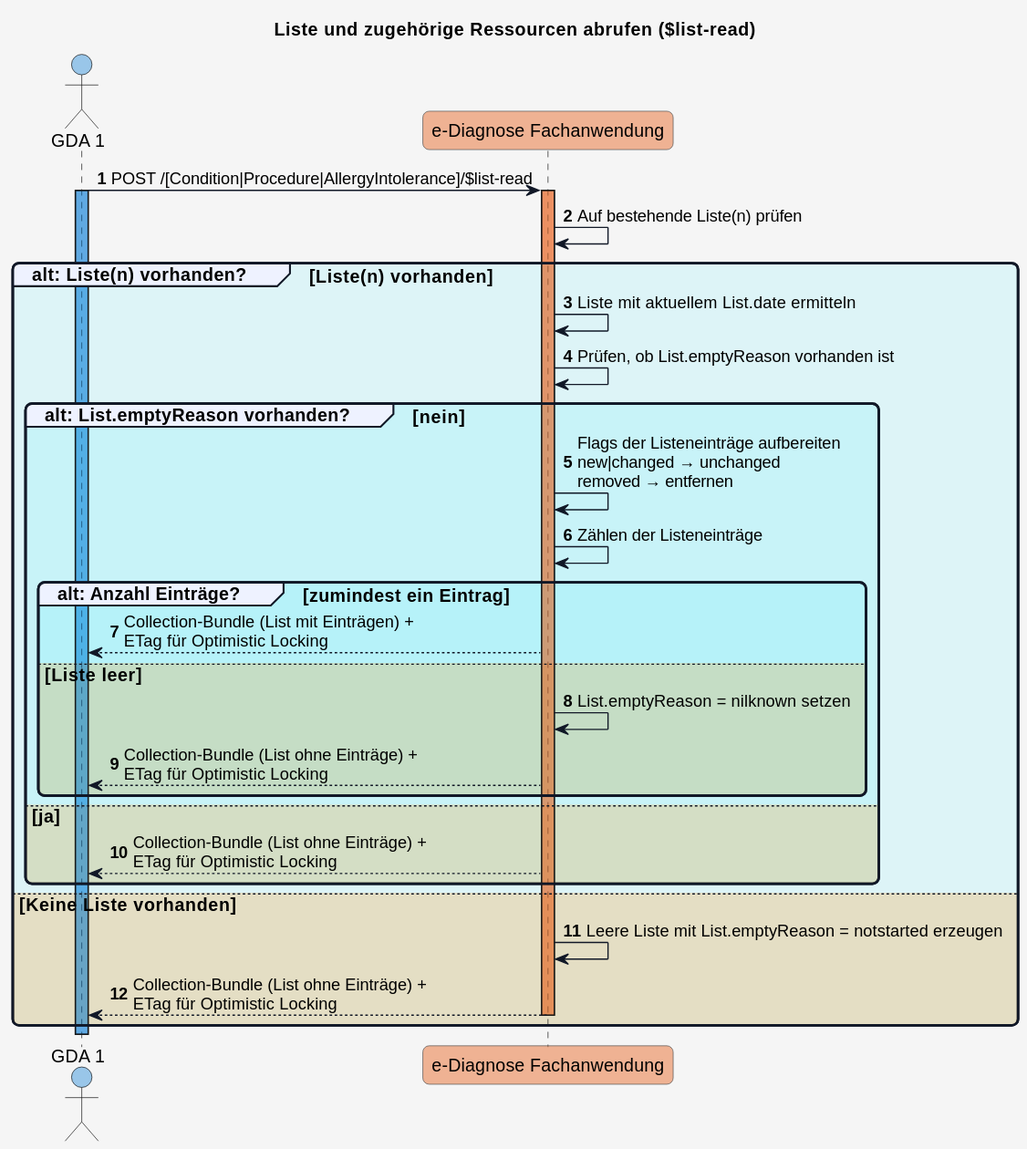
Earlier version of the PlantUML export r4-ELGA-e-Diagnose-main/plantuml/read.svg (HL7Austria/hl7austria.github.io).
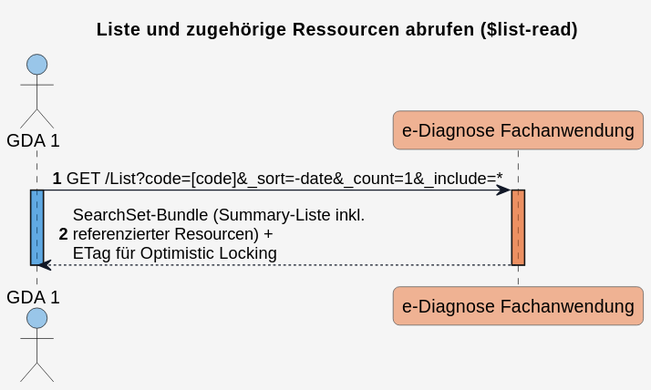
The same diagram one commit later.

The edit, as a diff of the source:
```diff
@@ -52,46 +52,12 @@
 
 autonumber
 
-GDA_1 -> eDiag_FA: POST /[Condition|Procedure|AllergyIntolerance]/$list-read
+GDA_1 -> eDiag_FA: GET /List?code=[code]&_sort=-date&_count=1&_include=*
 activate GDA_1 COLOR_GDA_1
 activate eDiag_FA COLOR_DIAG_FA
 
-eDiag_FA -> eDiag_FA: Auf bestehende Liste(n) prüfen
-
-group COLOR_OK alt: Liste(n) vorhanden? [Liste(n) vorhanden]
-
-  eDiag_FA -> eDiag_FA: Liste mit aktuellem List.date ermitteln
-
-  eDiag_FA -> eDiag_FA: Prüfen, ob List.emptyReason vorhanden ist
-
-  group COLOR_OK alt: List.emptyReason vorhanden? [nein]
-
-    eDiag_FA -> eDiag_FA: Flags der Listeneinträge aufbereiten\nnew|changed → unchanged\nremoved → entfernen
-    eDiag_FA -> eDiag_FA: Zählen der Listeneinträge
-
-    group COLOR_OK alt: Anzahl Einträge? [zumindest ein Eintrag]
-
-      eDiag_FA --> GDA_1: Collection-Bundle (List mit Einträgen) +\nETag für Optimistic Locking
-
-    else COLOR_ERROR Liste leer
-
-      eDiag_FA -> eDiag_FA: List.emptyReason = nilknown setzen
-      eDiag_FA --> GDA_1: Collection-Bundle (List ohne Einträge) +\nETag für Optimistic Locking
-
-    end
-
-  else COLOR_ERROR ja
-
-    eDiag_FA --> GDA_1: Collection-Bundle (List ohne Einträge) +\nETag für Optimistic Locking
-
-  end
-else COLOR_ERROR Keine Liste vorhanden
-
-  eDiag_FA -> eDiag_FA: Leere Liste mit List.emptyReason = notstarted erzeugen
-  eDiag_FA --> GDA_1: Collection-Bundle (List ohne Einträge) +\nETag für Optimistic Locking
-  deactivate eDiag_FA
-
-end
+eDiag_FA --> GDA_1: SearchSet-Bundle (Summary-Liste inkl.\nreferenzierter Resourcen) + \nETag für Optimistic Locking
 
 deactivate GDA_1
+deactivate eDiag_FA
 @enduml
```
